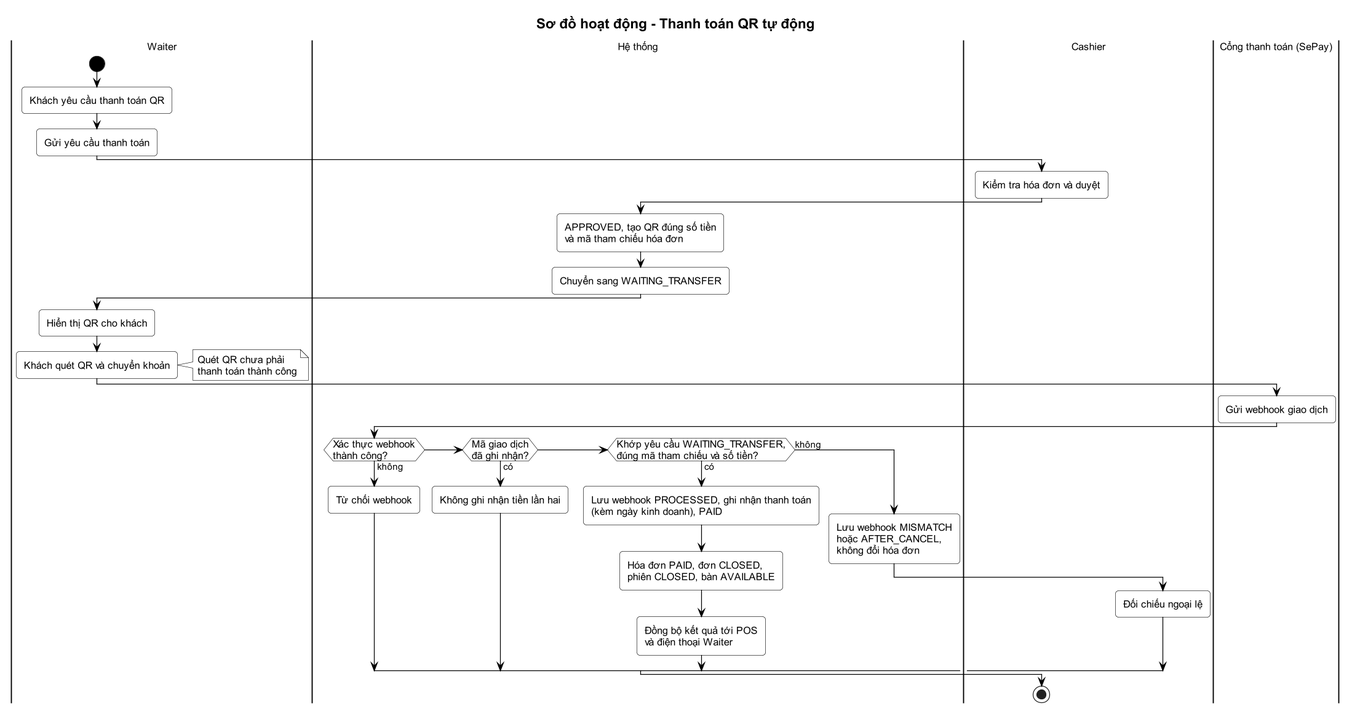
Earlier version of the PlantUML export docs/03-quan-ly-don-hang/activity-6-thanh-toan-qr.png (Anpham120/restaurant-management-system).
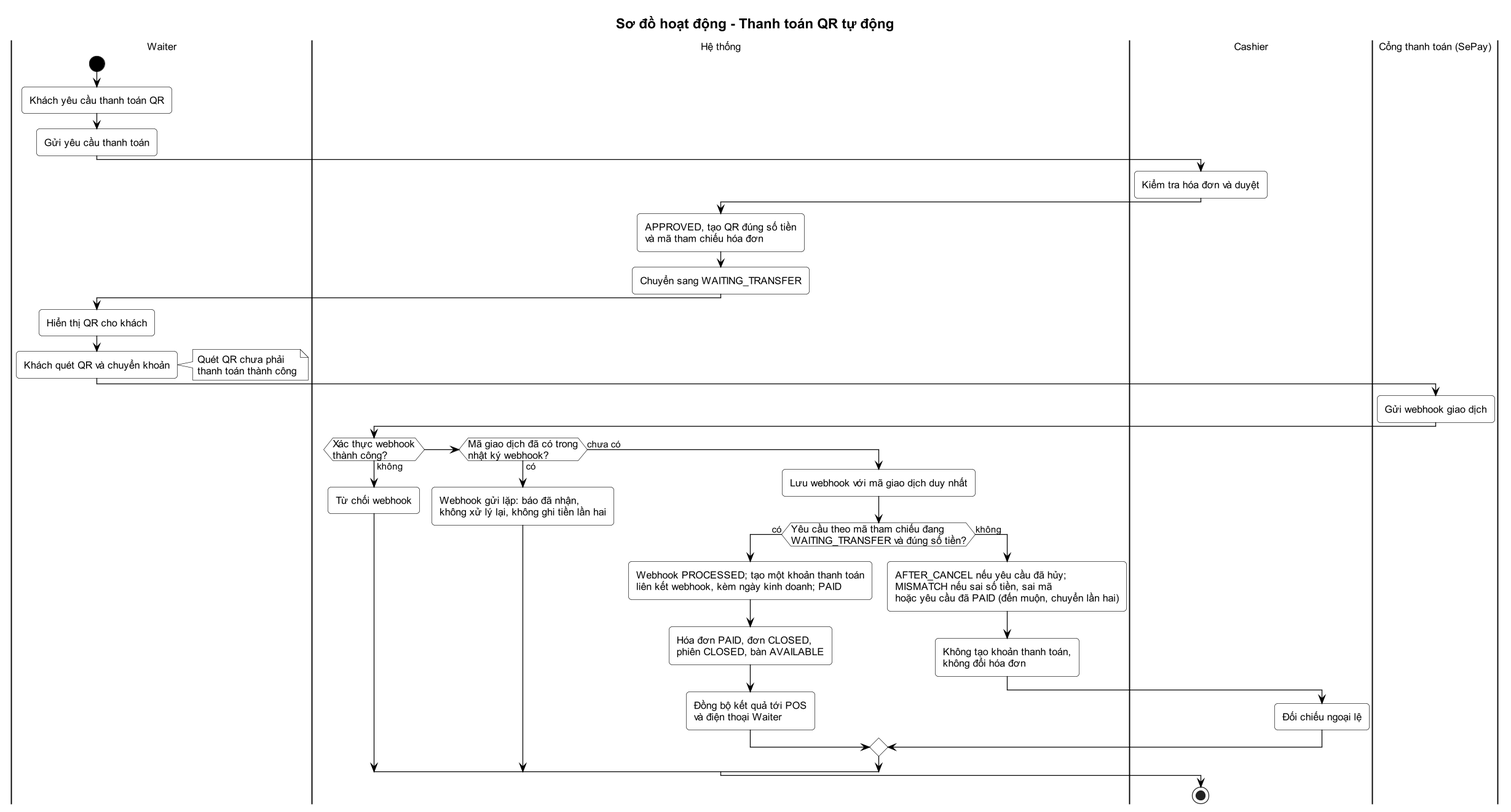
Above is the later version.

Change to the diagram source:
```diff
@@ -24,16 +24,20 @@
 |Hệ thống|
 if (Xác thực webhook\nthành công?) then (không)
   :Từ chối webhook;
-elseif (Mã giao dịch\nđã ghi nhận?) then (có)
-  :Không ghi nhận tiền lần hai;
-elseif (Khớp yêu cầu WAITING_TRANSFER,\nđúng mã tham chiếu và số tiền?) then (có)
-  :Lưu webhook PROCESSED, ghi nhận thanh toán\n(kèm ngày kinh doanh), PAID;
-  :Hóa đơn PAID, đơn CLOSED,\nphiên CLOSED, bàn AVAILABLE;
-  :Đồng bộ kết quả tới POS\nvà điện thoại Waiter;
-else (không)
-  :Lưu webhook MISMATCH\nhoặc AFTER_CANCEL,\nkhông đổi hóa đơn;
-  |Cashier|
-  :Đối chiếu ngoại lệ;
+elseif (Mã giao dịch đã có trong\nnhật ký webhook?) then (có)
+  :Webhook gửi lặp: báo đã nhận,\nkhông xử lý lại, không ghi tiền lần hai;
+else (chưa có)
+  :Lưu webhook với mã giao dịch duy nhất;
+  if (Yêu cầu theo mã tham chiếu đang\nWAITING_TRANSFER và đúng số tiền?) then (có)
+    :Webhook PROCESSED; tạo một khoản thanh toán\nliên kết webhook, kèm ngày kinh doanh; PAID;
+    :Hóa đơn PAID, đơn CLOSED,\nphiên CLOSED, bàn AVAILABLE;
+    :Đồng bộ kết quả tới POS\nvà điện thoại Waiter;
+  else (không)
+    :AFTER_CANCEL nếu yêu cầu đã hủy;\nMISMATCH nếu sai số tiền, sai mã\nhoặc yêu cầu đã PAID (đến muộn, chuyển lần hai);
+    :Không tạo khoản thanh toán,\nkhông đổi hóa đơn;
+    |Cashier|
+    :Đối chiếu ngoại lệ;
+  endif
 endif
 stop
 @enduml
```
